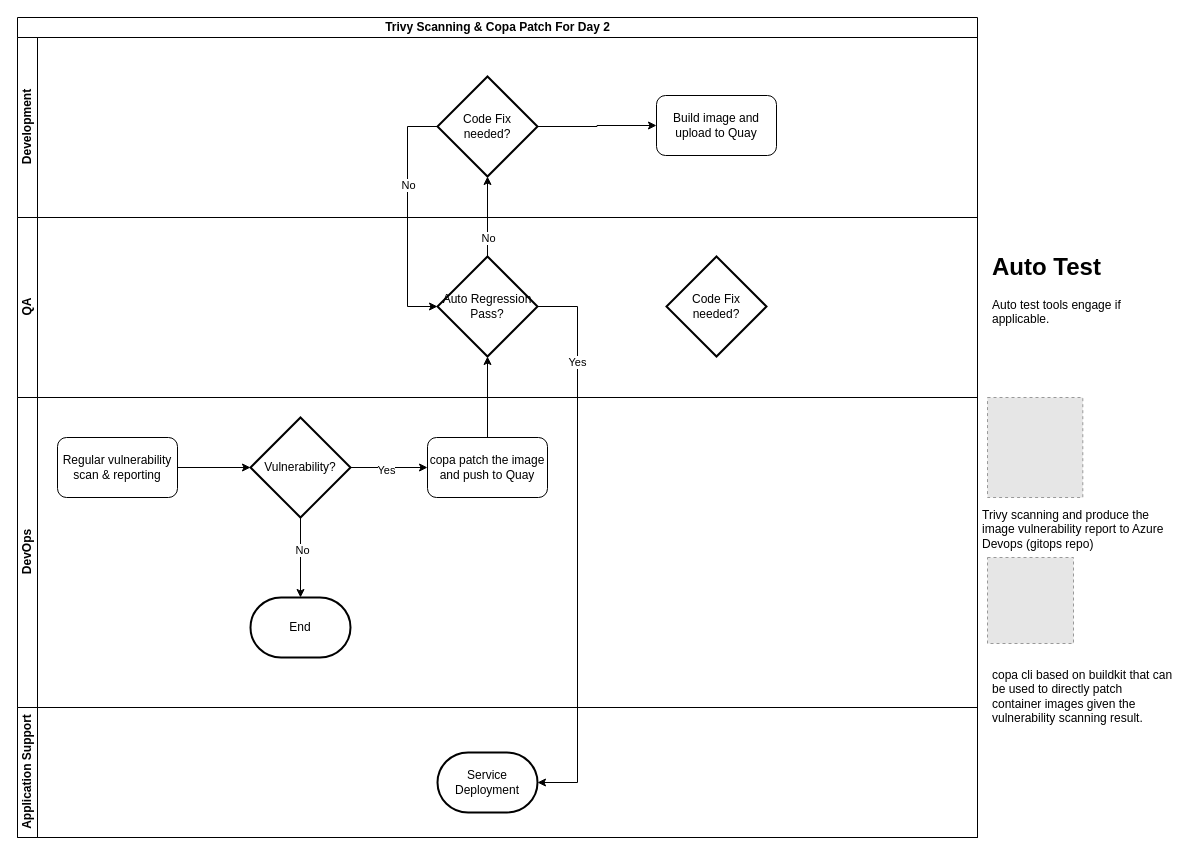
CenkuSands/shared keeps this draw.io diagram as page "Trivy & Copa - Day 2" (2 of 4) of vulnerability.drawio. Above is the earlier version. Source tidied: cells renumbered, new cells numbered last; positions are measured from the earlier drawing's top-left corner, leaving out a move shared by most shapes. Both pictures are drawn from the tidied source at 100%, with x=0, y=0 at pixel (17, 17). Pictures stored in the file or linked from it are replaced by grey dashed boxes.
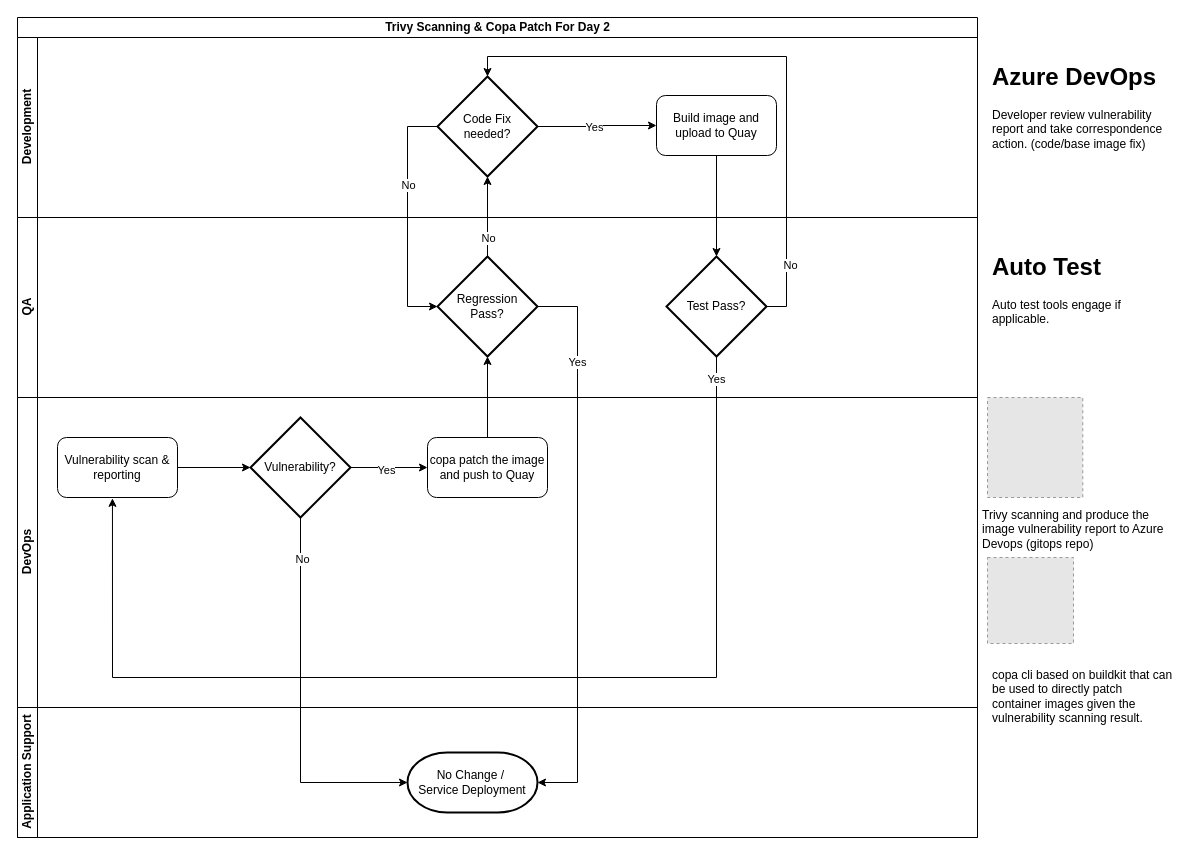
Above is the later version.

The change refers to these unchanged cells:
```xml
<mxCell id="2" value="Trivy Scanning &amp;amp; Copa Patch For Day 2" style="swimlane;horizontal=1;startSize=20;html=1;" parent="1" vertex="1">
  <mxGeometry width="960" height="820" as="geometry" />
</mxCell>
<mxCell id="4" style="edgeStyle=orthogonalEdgeStyle;rounded=0;jettySize=auto;html=1;exitX=1;exitY=0.5;exitDx=0;exitDy=0;exitPerimeter=0;entryX=0;entryY=0.5;entryDx=0;entryDy=0;" parent="3" edge="1" source="5" target="6">
  <mxGeometry relative="1" as="geometry" />
</mxCell>
<mxCell id="5" value="Code Fix needed?" style="strokeWidth=2;html=1;shape=mxgraph.flowchart.decision;whiteSpace=wrap;" parent="3" vertex="1">
  <mxGeometry x="420" y="39" width="100" height="100" as="geometry" />
</mxCell>
<mxCell id="6" value="Build image and upload to Quay" style="rounded=1;whiteSpace=wrap;html=1;" parent="3" vertex="1">
  <mxGeometry x="639" y="58" width="120" height="60" as="geometry" />
</mxCell>
<mxCell id="7" value="QA" style="swimlane;startSize=20;horizontal=0;html=1;" parent="2" vertex="1">
  <mxGeometry y="200" width="960" height="180" as="geometry" />
</mxCell>
<mxCell id="10" value="DevOps" style="swimlane;startSize=20;horizontal=0;html=1;" parent="2" vertex="1">
  <mxGeometry y="380" width="960" height="310" as="geometry" />
</mxCell>
<mxCell id="14" value="Vulnerability?" style="strokeWidth=2;html=1;shape=mxgraph.flowchart.decision;whiteSpace=wrap;" parent="10" vertex="1">
  <mxGeometry x="233" y="20" width="100" height="100" as="geometry" />
</mxCell>
<mxCell id="20" value="Application Support" style="swimlane;startSize=20;horizontal=0;html=1;" parent="2" vertex="1">
  <mxGeometry y="690" width="960" height="130" as="geometry" />
</mxCell>
```

Diff of the diagram source:
```diff
@@
+    <mxCell id="34" value="Yes" style="edgeLabel;html=1;align=center;verticalAlign=middle;" parent="4" vertex="1">
+      <mxGeometry x="-0.07" relative="1" as="geometry" />
+    </mxCell>
@@
-    <mxCell id="8" value="Auto Regression Pass?" style="strokeWidth=2;html=1;shape=mxgraph.flowchart.decision;whiteSpace=wrap;" parent="7" vertex="1">
+    <mxCell id="8" value="Regression&lt;br&gt;Pass?" style="strokeWidth=2;html=1;shape=mxgraph.flowchart.decision;whiteSpace=wrap;" parent="7" vertex="1">
       <mxGeometry x="420" y="39" width="100" height="100" as="geometry" />
     </mxCell>
-    <mxCell id="9" value="Code Fix needed?" style="strokeWidth=2;html=1;shape=mxgraph.flowchart.decision;whiteSpace=wrap;" parent="7" vertex="1">
+    <mxCell id="9" value="Test Pass?" style="strokeWidth=2;html=1;shape=mxgraph.flowchart.decision;whiteSpace=wrap;" parent="7" vertex="1">
       <mxGeometry x="649" y="39" width="100" height="100" as="geometry" />
     </mxCell>
@@
-    <mxCell id="11" value="Regular vulnerability scan &amp;amp; reporting" style="rounded=1;whiteSpace=wrap;html=1;" parent="10" vertex="1">
+    <mxCell id="11" value="Vulnerability scan &amp;amp; reporting" style="rounded=1;whiteSpace=wrap;html=1;" parent="10" vertex="1">
       <mxGeometry x="40" y="40" width="120" height="60" as="geometry" />
     </mxCell>
@@
-    <mxCell id="16" value="End" style="strokeWidth=2;html=1;shape=mxgraph.flowchart.terminator;whiteSpace=wrap;" parent="10" vertex="1">
-      <mxGeometry x="233" y="200" width="100" height="60" as="geometry" />
-    </mxCell>
-    <mxCell id="17" style="edgeStyle=orthogonalEdgeStyle;rounded=0;jettySize=auto;html=1;exitX=0.5;exitY=1;exitDx=0;exitDy=0;exitPerimeter=0;entryX=0.5;entryY=0;entryDx=0;entryDy=0;entryPerimeter=0;" parent="10" edge="1" source="14" target="16">
-      <mxGeometry relative="1" as="geometry" />
-    </mxCell>
-    <mxCell id="18" value="No" style="edgeLabel;html=1;align=center;verticalAlign=middle;" parent="17" vertex="1">
-      <mxGeometry x="-0.19" y="1" relative="1" as="geometry" />
-    </mxCell>
@@
-    <mxCell id="21" value="Service Deployment" style="strokeWidth=2;html=1;shape=mxgraph.flowchart.terminator;whiteSpace=wrap;" parent="20" vertex="1">
-      <mxGeometry x="420" y="45" width="100" height="60" as="geometry" />
+    <mxCell id="21" value="No Change /&amp;nbsp;&lt;br&gt;Service Deployment" style="strokeWidth=2;html=1;shape=mxgraph.flowchart.terminator;whiteSpace=wrap;" parent="20" vertex="1">
+      <mxGeometry x="390" y="45" width="130" height="60" as="geometry" />
     </mxCell>
@@
+    <mxCell id="35" style="edgeStyle=orthogonalEdgeStyle;rounded=0;jettySize=auto;html=1;exitX=0.5;exitY=1;exitDx=0;exitDy=0;entryX=0.5;entryY=0;entryDx=0;entryDy=0;entryPerimeter=0;" parent="2" edge="1" source="6" target="9">
+      <mxGeometry relative="1" as="geometry" />
+    </mxCell>
+    <mxCell id="36" style="edgeStyle=orthogonalEdgeStyle;rounded=0;jettySize=auto;html=1;exitX=0.5;exitY=1;exitDx=0;exitDy=0;exitPerimeter=0;entryX=0.458;entryY=1.014;entryDx=0;entryDy=0;entryPerimeter=0;" parent="2" edge="1" source="9" target="11">
+      <mxGeometry relative="1" as="geometry">
+        <Array as="points">
+          <mxPoint x="699" y="660" />
+          <mxPoint x="95" y="660" />
+        </Array>
+      </mxGeometry>
+    </mxCell>
+    <mxCell id="37" value="Yes" style="edgeLabel;html=1;align=center;verticalAlign=middle;" parent="36" vertex="1">
+      <mxGeometry x="-0.96" y="-1" relative="1" as="geometry" />
+    </mxCell>
+    <mxCell id="38" style="edgeStyle=orthogonalEdgeStyle;rounded=0;jettySize=auto;html=1;exitX=1;exitY=0.5;exitDx=0;exitDy=0;exitPerimeter=0;entryX=0.5;entryY=0;entryDx=0;entryDy=0;entryPerimeter=0;" parent="2" edge="1" source="9" target="5">
+      <mxGeometry relative="1" as="geometry" />
+    </mxCell>
+    <mxCell id="39" value="No" style="edgeLabel;html=1;align=center;verticalAlign=middle;" parent="38" vertex="1">
+      <mxGeometry x="-0.79" y="-3" relative="1" as="geometry" />
+    </mxCell>
+    <mxCell id="40" style="edgeStyle=orthogonalEdgeStyle;rounded=0;jettySize=auto;html=1;exitX=0.5;exitY=1;exitDx=0;exitDy=0;exitPerimeter=0;entryX=0;entryY=0.5;entryDx=0;entryDy=0;entryPerimeter=0;" parent="2" edge="1" source="14" target="21">
+      <mxGeometry relative="1" as="geometry" />
+    </mxCell>
+    <mxCell id="41" value="No" style="edgeLabel;html=1;align=center;verticalAlign=middle;" parent="40" vertex="1">
+      <mxGeometry x="-0.78" y="1" relative="1" as="geometry" />
+    </mxCell>
@@
+    <mxCell id="42" value="&lt;h1&gt;Azure DevOps&lt;/h1&gt;&lt;p&gt;Developer review vulnerability report and take correspondence action. (code/base image fix)&lt;/p&gt;" style="text;html=1;strokeColor=none;fillColor=none;spacing=5;spacingTop=-20;whiteSpace=wrap;overflow=hidden;rounded=0;" parent="1" vertex="1">
+      <mxGeometry x="970" y="40" width="190" height="120" as="geometry" />
+    </mxCell>
```
